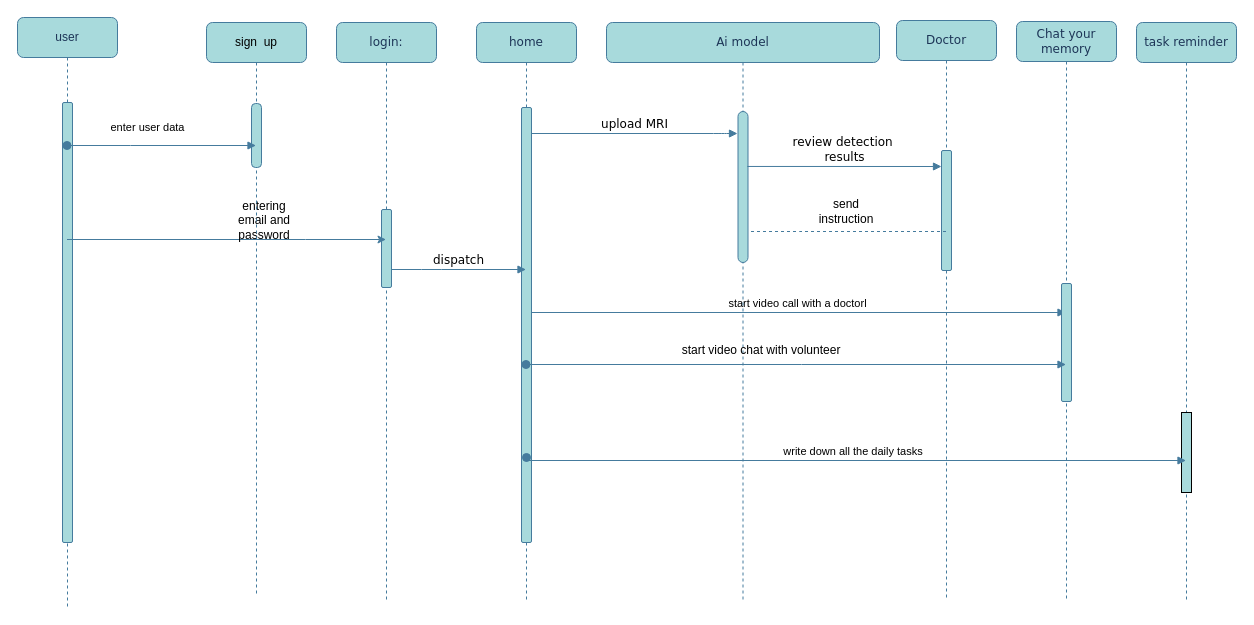
Omarelsherif010/Revive_My_Memory-Graduation_Project keeps this draw.io diagram as Documentation/sequence Diagram.drawio. Above is the earlier version. Source tidied: cells renumbered, new cells numbered last; positions are measured from the earlier drawing's top-left corner, leaving out a move shared by most shapes. Both pictures are drawn from the tidied source at 100%, with x=0, y=0 at pixel (17, 17).
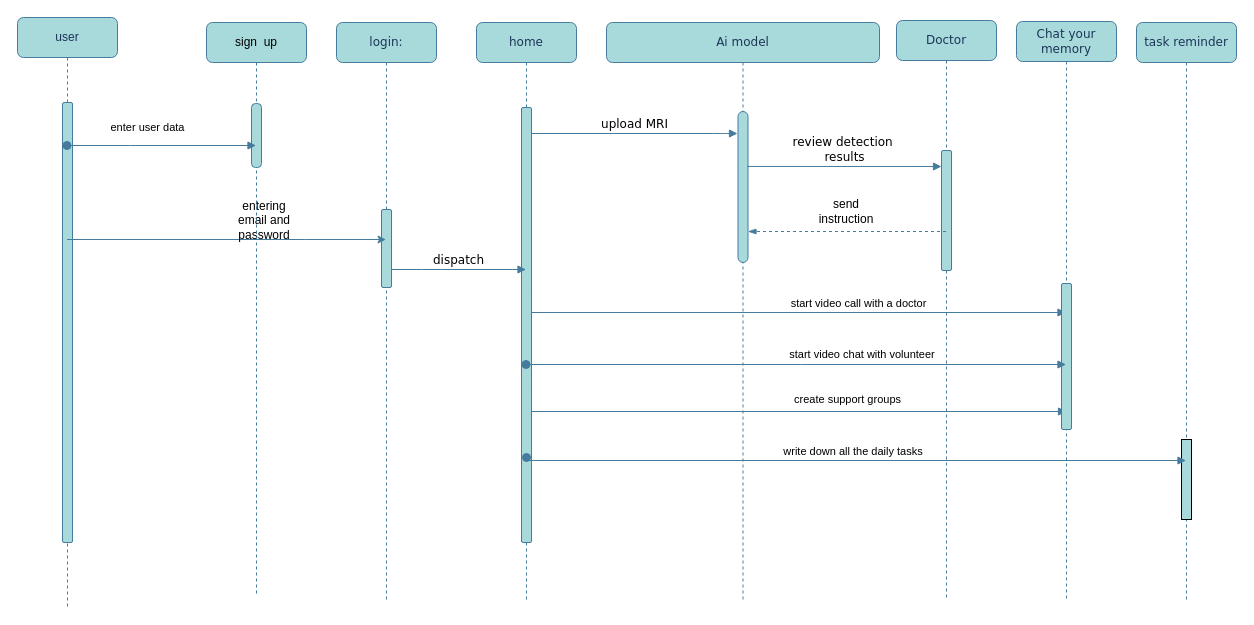
Above is the later version.

The change refers to these unchanged cells:
```xml
<mxCell id="2" value="home" style="shape=umlLifeline;perimeter=lifelinePerimeter;whiteSpace=wrap;html=1;outlineConnect=0;rounded=1;shadow=0;comic=0;labelBackgroundColor=none;strokeWidth=1;fontFamily=Verdana;fontSize=12;align=center;fillColor=#A8DADC;strokeColor=#457B9D;fontColor=#1D3557;" parent="1" vertex="1">
  <mxGeometry x="459" y="5" width="100" height="580" as="geometry" />
</mxCell>
<mxCell id="5" value="Ai model" style="shape=umlLifeline;perimeter=lifelinePerimeter;whiteSpace=wrap;html=1;rounded=1;shadow=0;comic=0;labelBackgroundColor=none;strokeWidth=1;fontFamily=Verdana;fontSize=12;align=center;fillColor=#A8DADC;strokeColor=#457B9D;fontColor=#1D3557;" parent="1" vertex="1">
  <mxGeometry x="589" y="5" width="273" height="579" as="geometry" />
</mxCell>
<mxCell id="7" style="html=1;points=[];perimeter=orthogonalPerimeter;rounded=1;shadow=0;comic=0;labelBackgroundColor=none;strokeWidth=1;fontFamily=Verdana;fontSize=12;align=center;fillColor=#A8DADC;strokeColor=#457B9D;fontColor=#1D3557;glass=0;arcSize=50;" parent="5" vertex="1">
  <mxGeometry x="131.5" y="89" width="10" height="151" as="geometry" />
</mxCell>
<mxCell id="9" value="Doctor" style="shape=umlLifeline;perimeter=lifelinePerimeter;whiteSpace=wrap;html=1;outlineConnect=0;rounded=1;shadow=0;comic=0;labelBackgroundColor=none;strokeWidth=1;fontFamily=Verdana;fontSize=12;align=center;fillColor=#A8DADC;strokeColor=#457B9D;fontColor=#1D3557;" parent="1" vertex="1">
  <mxGeometry x="879" y="3" width="100" height="580" as="geometry" />
</mxCell>
<mxCell id="11" value="Chat your memory" style="shape=umlLifeline;perimeter=lifelinePerimeter;whiteSpace=wrap;html=1;outlineConnect=0;rounded=1;shadow=0;comic=0;labelBackgroundColor=none;strokeWidth=1;fontFamily=Verdana;fontSize=12;align=center;fillColor=#A8DADC;strokeColor=#457B9D;fontColor=#1D3557;" parent="1" vertex="1">
  <mxGeometry x="999" y="4" width="100" height="580" as="geometry" />
</mxCell>
<mxCell id="13" value="task reminder" style="shape=umlLifeline;perimeter=lifelinePerimeter;whiteSpace=wrap;html=1;outlineConnect=0;rounded=1;shadow=0;comic=0;labelBackgroundColor=none;strokeWidth=1;fontFamily=Verdana;fontSize=12;align=center;fillColor=#A8DADC;strokeColor=#457B9D;fontColor=#1D3557;" parent="1" vertex="1">
  <mxGeometry x="1119" y="5" width="100" height="580" as="geometry" />
</mxCell>
```

Change to the diagram source:
```diff
@@
-    <mxCell id="4" value="start video call with a doctorl" style="html=1;verticalAlign=bottom;endArrow=block;edgeStyle=elbowEdgeStyle;elbow=vertical;curved=0;rounded=0;strokeColor=#457B9D;" parent="2" edge="1" target="11">
-      <mxGeometry x="0.03" relative="1" as="geometry">
+    <mxCell id="4" value="start video call with a doctor" style="html=1;verticalAlign=bottom;endArrow=block;edgeStyle=elbowEdgeStyle;elbow=vertical;curved=0;rounded=0;strokeColor=#457B9D;" parent="2" edge="1" target="11">
+      <mxGeometry x="0.25" relative="1" as="geometry">
         <mxPoint x="55" y="270" as="sourcePoint" />
         <Array as="points">
           <mxPoint x="320" y="290" />
         </Array>
       </mxGeometry>
     </mxCell>
@@
-    <mxCell id="6" value="start video chat with&amp;nbsp;volunteer" style="text;strokeColor=none;align=center;fillColor=none;html=1;verticalAlign=middle;whiteSpace=wrap;rounded=0;" parent="5" vertex="1">
-      <mxGeometry x="50" y="313" width="210" height="30" as="geometry" />
-    </mxCell>
@@
+    <mxCell id="30" value="create support groups" style="html=1;verticalAlign=bottom;endArrow=block;edgeStyle=elbowEdgeStyle;elbow=vertical;curved=0;rounded=0;strokeColor=#457B9D;" parent="5" edge="1">
+      <mxGeometry x="0.21" y="3" relative="1" as="geometry">
+        <mxPoint x="-75" y="369" as="sourcePoint" />
+        <mxPoint x="460" y="389" as="targetPoint" />
+        <Array as="points">
+          <mxPoint x="190" y="389" />
+        </Array>
+      </mxGeometry>
+    </mxCell>
@@
     <mxCell id="12" style="html=1;perimeter=orthogonalPerimeter;rounded=1;shadow=0;comic=0;labelBackgroundColor=none;strokeWidth=1;fontFamily=Verdana;fontSize=12;align=center;fillColor=#A8DADC;strokeColor=#457B9D;fontColor=#1D3557;" parent="11" vertex="1">
-      <mxGeometry x="45" y="262" width="10" height="118" as="geometry" />
+      <mxGeometry x="45" y="262" width="10" height="146" as="geometry" />
     </mxCell>
@@
     <mxCell id="14" style="html=1;perimeter=orthogonalPerimeter;targetShapes=umlLifeline;newEdgeStyle={&quot;edgeStyle&quot;:&quot;elbowEdgeStyle&quot;,&quot;elbow&quot;:&quot;vertical&quot;,&quot;curved&quot;:0,&quot;rounded&quot;:0};fillColor=#A8DADC;direction=west;" parent="13" vertex="1">
-      <mxGeometry x="45" y="390" width="10" height="80" as="geometry" />
+      <mxGeometry x="45" y="417" width="10" height="80" as="geometry" />
     </mxCell>
@@
-    <mxCell id="28" style="endArrow=none;dashed=1;endFill=0;html=1;rounded=0;startArrow=none;strokeColor=#457B9D;" parent="1" edge="1" source="9" target="7">
+    <mxCell id="28" style="endArrow=blockThin;dashed=1;endFill=1;html=1;rounded=0;startArrow=none;strokeColor=#457B9D;startFill=0;" parent="1" edge="1" source="9" target="7">
       <mxGeometry relative="1" as="geometry">
         <Array as="points">
           <mxPoint x="782" y="214" />
         </Array>
       </mxGeometry>
     </mxCell>
@@
+    <mxCell id="6" value="&lt;font style=&quot;font-size: 11px;&quot;&gt;start video chat with&amp;nbsp;volunteer&lt;/font&gt;" style="text;strokeColor=none;align=center;fillColor=none;html=1;verticalAlign=middle;whiteSpace=wrap;rounded=0;" parent="1" vertex="1">
+      <mxGeometry x="740" y="322" width="210" height="30" as="geometry" />
+    </mxCell>
```
